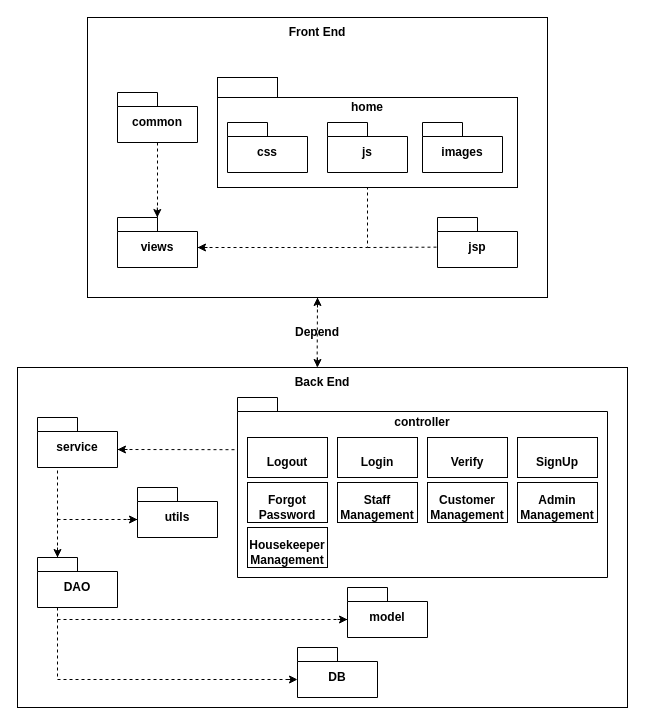
This is Untitled Diagram.drawio from AkaiZed/flowchat, a draw.io file, before an edit. Source tidied: cells renumbered, new cells numbered last; positions are measured from the earlier drawing's top-left corner, leaving out a move shared by most shapes. Both pictures are drawn from the tidied source at 100%, with x=0, y=0 at pixel (17, 17).
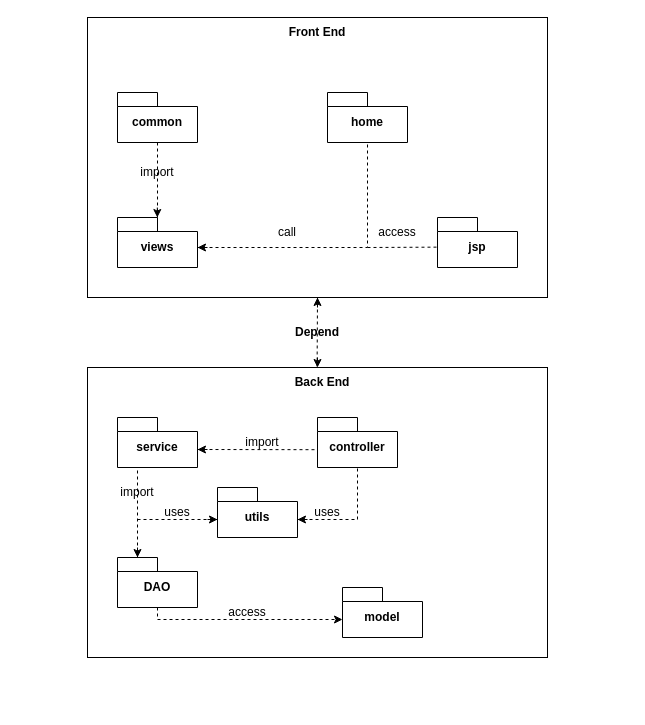
The same page after the edit.

What changed in the source:
```diff
@@
-    <mxCell id="7" style="rounded=0;whiteSpace=wrap;html=1;strokeColor=default;align=center;verticalAlign=middle;spacingTop=10;fontFamily=Helvetica;fontSize=12;fontColor=default;fontStyle=1;fillColor=default;" parent="1" vertex="1">
-      <mxGeometry x="200" y="80" width="300" height="90" as="geometry" />
-    </mxCell>
-    <mxCell id="8" value="images" style="shape=folder;fontStyle=1;spacingTop=10;tabWidth=40;tabHeight=14;tabPosition=left;html=1;whiteSpace=wrap;" parent="1" vertex="1">
-      <mxGeometry x="405" y="105" width="80" height="50" as="geometry" />
-    </mxCell>
-    <mxCell id="9" value="css" style="shape=folder;fontStyle=1;spacingTop=10;tabWidth=40;tabHeight=14;tabPosition=left;html=1;whiteSpace=wrap;" parent="1" vertex="1">
-      <mxGeometry x="210" y="105" width="80" height="50" as="geometry" />
-    </mxCell>
-    <mxCell id="10" value="js" style="shape=folder;fontStyle=1;spacingTop=10;tabWidth=40;tabHeight=14;tabPosition=left;html=1;whiteSpace=wrap;" parent="1" vertex="1">
-      <mxGeometry x="310" y="105" width="80" height="50" as="geometry" />
-    </mxCell>
-    <mxCell id="11" value="home" style="text;html=1;align=center;verticalAlign=middle;whiteSpace=wrap;rounded=0;fontFamily=Helvetica;fontSize=12;fontColor=default;fontStyle=1;" parent="1" vertex="1">
-      <mxGeometry x="320" y="75" width="60" height="30" as="geometry" />
-    </mxCell>
-    <mxCell id="12" style="rounded=0;whiteSpace=wrap;html=1;strokeColor=default;align=center;verticalAlign=middle;spacingTop=10;fontFamily=Helvetica;fontSize=12;fontColor=default;fontStyle=1;fillColor=default;" parent="1" vertex="1">
-      <mxGeometry x="200" y="60" width="60" height="20" as="geometry" />
-    </mxCell>
@@
-    <mxCell id="14" style="endArrow=none;dashed=1;html=1;rounded=0;fontFamily=Helvetica;fontSize=12;fontColor=default;fontStyle=1;entryX=0.5;entryY=1;entryDx=0;entryDy=0;" parent="1" edge="1" target="7">
+    <mxCell id="14" style="endArrow=none;dashed=1;html=1;rounded=0;fontFamily=Helvetica;fontSize=12;fontColor=default;fontStyle=1;entryX=0.5;entryY=1;entryDx=0;entryDy=0;entryPerimeter=0;" parent="1" edge="1" target="11">
       <mxGeometry relative="1" as="geometry">
         <mxPoint x="180" y="230" as="sourcePoint" />
         <Array as="points">
           <mxPoint x="350" y="230" />
         </Array>
       </mxGeometry>
     </mxCell>
@@
     <mxCell id="18" style="rounded=0;whiteSpace=wrap;html=1;strokeColor=default;align=center;verticalAlign=middle;spacingTop=10;fontFamily=Helvetica;fontSize=12;fontColor=default;fontStyle=1;fillColor=default;" parent="1" vertex="1">
-      <mxGeometry y="350" width="610" height="340" as="geometry" />
+      <mxGeometry x="70" y="350" width="460" height="290" as="geometry" />
     </mxCell>
@@
     <mxCell id="24" value="model" style="shape=folder;fontStyle=1;spacingTop=10;tabWidth=40;tabHeight=14;tabPosition=left;html=1;whiteSpace=wrap;" parent="1" vertex="1">
-      <mxGeometry x="330" y="570" width="80" height="50" as="geometry" />
+      <mxGeometry x="325" y="570" width="80" height="50" as="geometry" />
     </mxCell>
-    <mxCell id="25" value="DB" style="shape=folder;fontStyle=1;spacingTop=10;tabWidth=40;tabHeight=14;tabPosition=left;html=1;whiteSpace=wrap;" parent="1" vertex="1">
-      <mxGeometry x="280" y="630" width="80" height="50" as="geometry" />
-    </mxCell>
-    <mxCell id="26" style="shape=folder;fontStyle=1;spacingTop=10;tabWidth=40;tabHeight=14;tabPosition=left;html=1;whiteSpace=wrap;" parent="1" vertex="1">
-      <mxGeometry x="220" y="380" width="370" height="180" as="geometry" />
-    </mxCell>
     <mxCell id="27" value="DAO" style="shape=folder;fontStyle=1;spacingTop=10;tabWidth=40;tabHeight=14;tabPosition=left;html=1;whiteSpace=wrap;" parent="1" vertex="1">
-      <mxGeometry x="20" y="540" width="80" height="50" as="geometry" />
+      <mxGeometry x="100" y="540" width="80" height="50" as="geometry" />
     </mxCell>
-    <mxCell id="28" value="Login" style="rounded=0;whiteSpace=wrap;html=1;strokeColor=default;align=center;verticalAlign=middle;spacingTop=10;fontFamily=Helvetica;fontSize=12;fontColor=default;fontStyle=1;fillColor=default;" parent="1" vertex="1">
-      <mxGeometry x="320" y="420" width="80" height="40" as="geometry" />
-    </mxCell>
-    <mxCell id="29" value="Logout" style="rounded=0;whiteSpace=wrap;html=1;strokeColor=default;align=center;verticalAlign=middle;spacingTop=10;fontFamily=Helvetica;fontSize=12;fontColor=default;fontStyle=1;fillColor=default;" parent="1" vertex="1">
-      <mxGeometry x="230" y="420" width="80" height="40" as="geometry" />
-    </mxCell>
-    <mxCell id="30" value="SignUp" style="rounded=0;whiteSpace=wrap;html=1;strokeColor=default;align=center;verticalAlign=middle;spacingTop=10;fontFamily=Helvetica;fontSize=12;fontColor=default;fontStyle=1;fillColor=default;" parent="1" vertex="1">
-      <mxGeometry x="500" y="420" width="80" height="40" as="geometry" />
-    </mxCell>
-    <mxCell id="31" value="Forgot Password" style="rounded=0;whiteSpace=wrap;html=1;strokeColor=default;align=center;verticalAlign=middle;spacingTop=10;fontFamily=Helvetica;fontSize=12;fontColor=default;fontStyle=1;fillColor=default;" parent="1" vertex="1">
-      <mxGeometry x="230" y="465" width="80" height="40" as="geometry" />
-    </mxCell>
-    <mxCell id="32" value="Verify" style="rounded=0;whiteSpace=wrap;html=1;strokeColor=default;align=center;verticalAlign=middle;spacingTop=10;fontFamily=Helvetica;fontSize=12;fontColor=default;fontStyle=1;fillColor=default;" parent="1" vertex="1">
-      <mxGeometry x="410" y="420" width="80" height="40" as="geometry" />
-    </mxCell>
-    <mxCell id="33" value="controller" style="text;html=1;align=center;verticalAlign=middle;whiteSpace=wrap;rounded=0;fontFamily=Helvetica;fontSize=12;fontColor=default;fontStyle=1;" parent="1" vertex="1">
-      <mxGeometry x="375" y="390" width="60" height="30" as="geometry" />
-    </mxCell>
-    <mxCell id="34" value="Staff Management" style="rounded=0;whiteSpace=wrap;html=1;strokeColor=default;align=center;verticalAlign=middle;spacingTop=10;fontFamily=Helvetica;fontSize=12;fontColor=default;fontStyle=1;fillColor=default;" parent="1" vertex="1">
-      <mxGeometry x="320" y="465" width="80" height="40" as="geometry" />
-    </mxCell>
-    <mxCell id="35" value="Customer&lt;div&gt;Management&lt;/div&gt;" style="rounded=0;whiteSpace=wrap;html=1;strokeColor=default;align=center;verticalAlign=middle;spacingTop=10;fontFamily=Helvetica;fontSize=12;fontColor=default;fontStyle=1;fillColor=default;" parent="1" vertex="1">
-      <mxGeometry x="410" y="465" width="80" height="40" as="geometry" />
-    </mxCell>
-    <mxCell id="36" value="Admin&lt;br&gt;&lt;div&gt;&lt;span style=&quot;background-color: transparent; color: light-dark(rgb(0, 0, 0), rgb(255, 255, 255));&quot;&gt;Management&lt;/span&gt;&lt;/div&gt;" style="rounded=0;whiteSpace=wrap;html=1;strokeColor=default;align=center;verticalAlign=middle;spacingTop=10;fontFamily=Helvetica;fontSize=12;fontColor=default;fontStyle=1;fillColor=default;" parent="1" vertex="1">
-      <mxGeometry x="500" y="465" width="80" height="40" as="geometry" />
-    </mxCell>
-    <mxCell id="37" value="Housekeeper&lt;br&gt;&lt;div&gt;&lt;span style=&quot;background-color: transparent; color: light-dark(rgb(0, 0, 0), rgb(255, 255, 255));&quot;&gt;Management&lt;/span&gt;&lt;/div&gt;" style="rounded=0;whiteSpace=wrap;html=1;strokeColor=default;align=center;verticalAlign=middle;spacingTop=10;fontFamily=Helvetica;fontSize=12;fontColor=default;fontStyle=1;fillColor=default;" parent="1" vertex="1">
-      <mxGeometry x="230" y="510" width="80" height="40" as="geometry" />
-    </mxCell>
     <mxCell id="38" style="endArrow=none;dashed=1;html=1;rounded=0;fontFamily=Helvetica;fontSize=12;fontColor=default;fontStyle=1;entryX=0.001;entryY=0.29;entryDx=0;entryDy=0;entryPerimeter=0;exitX=0;exitY=0;exitDx=80;exitDy=32;exitPerimeter=0;" parent="1" edge="1">
       <mxGeometry relative="1" as="geometry">
-        <mxPoint x="100" y="432" as="sourcePoint" />
-        <mxPoint x="220.4" y="432.2" as="targetPoint" />
+        <mxPoint x="180" y="432" as="sourcePoint" />
+        <mxPoint x="300.4" y="432.2" as="targetPoint" />
       </mxGeometry>
     </mxCell>
     <mxCell id="39" style="endArrow=classic;html=1;rounded=0;fontFamily=Helvetica;fontSize=12;fontColor=default;fontStyle=1;entryX=0;entryY=0;entryDx=20;entryDy=0;entryPerimeter=0;" parent="1" edge="1" target="27">
       <mxGeometry relative="1" as="geometry">
-        <mxPoint x="40" y="530" as="sourcePoint" />
+        <mxPoint x="120" y="530" as="sourcePoint" />
       </mxGeometry>
     </mxCell>
-    <mxCell id="40" style="endArrow=none;dashed=1;html=1;rounded=0;fontFamily=Helvetica;fontSize=12;fontColor=default;fontStyle=1;entryX=0;entryY=0;entryDx=0;entryDy=32;entryPerimeter=0;exitX=0.25;exitY=1;exitDx=0;exitDy=0;exitPerimeter=0;" parent="1" edge="1" source="27" target="25">
-      <mxGeometry relative="1" as="geometry">
-        <Array as="points">
-          <mxPoint x="40" y="662" />
-        </Array>
-      </mxGeometry>
-    </mxCell>
-    <mxCell id="41" style="endArrow=none;dashed=1;html=1;rounded=0;fontFamily=Helvetica;fontSize=12;fontColor=default;fontStyle=1;entryX=0;entryY=0;entryDx=0;entryDy=32;entryPerimeter=0;" parent="1" edge="1" target="24">
+    <mxCell id="41" style="endArrow=none;dashed=1;html=1;rounded=0;fontFamily=Helvetica;fontSize=12;fontColor=default;fontStyle=1;exitX=0.5;exitY=1;exitDx=0;exitDy=0;exitPerimeter=0;" parent="1" edge="1" source="27">
       <mxGeometry relative="1" as="geometry">
-        <mxPoint x="40" y="602" as="sourcePoint" />
+        <mxPoint x="320" y="602" as="targetPoint" />
+        <Array as="points">
+          <mxPoint x="140" y="602" />
+        </Array>
       </mxGeometry>
     </mxCell>
@@
-    <mxCell id="43" style="endArrow=classic;html=1;rounded=0;fontFamily=Helvetica;fontSize=12;fontColor=default;fontStyle=1;entryX=0;entryY=0;entryDx=0;entryDy=32;entryPerimeter=0;" parent="1" edge="1" target="25">
-      <mxGeometry relative="1" as="geometry">
-        <mxPoint x="270" y="662" as="sourcePoint" />
-      </mxGeometry>
-    </mxCell>
     <mxCell id="44" value="service" style="shape=folder;fontStyle=1;spacingTop=10;tabWidth=40;tabHeight=14;tabPosition=left;html=1;whiteSpace=wrap;" parent="1" vertex="1">
-      <mxGeometry x="20" y="400" width="80" height="50" as="geometry" />
+      <mxGeometry x="100" y="400" width="80" height="50" as="geometry" />
     </mxCell>
     <mxCell id="45" style="endArrow=classic;html=1;rounded=0;fontFamily=Helvetica;fontSize=12;fontColor=default;fontStyle=1;entryX=0;entryY=0;entryDx=80;entryDy=32;entryPerimeter=0;" parent="1" edge="1" target="44">
       <mxGeometry relative="1" as="geometry">
-        <mxPoint x="110" y="432" as="sourcePoint" />
+        <mxPoint x="190" y="432" as="sourcePoint" />
       </mxGeometry>
     </mxCell>
     <mxCell id="46" style="endArrow=none;dashed=1;html=1;rounded=0;exitX=0;exitY=0;exitDx=20;exitDy=0;exitPerimeter=0;entryX=0.25;entryY=1;entryDx=0;entryDy=0;entryPerimeter=0;" parent="1" edge="1" source="27" target="44">
       <mxGeometry relative="1" as="geometry">
         <Array as="points">
-          <mxPoint x="40" y="530" />
+          <mxPoint x="120" y="530" />
         </Array>
       </mxGeometry>
     </mxCell>
     <mxCell id="47" value="utils" style="shape=folder;fontStyle=1;spacingTop=10;tabWidth=40;tabHeight=14;tabPosition=left;html=1;whiteSpace=wrap;" parent="1" vertex="1">
-      <mxGeometry x="120" y="470" width="80" height="50" as="geometry" />
+      <mxGeometry x="200" y="470" width="80" height="50" as="geometry" />
     </mxCell>
     <mxCell id="48" style="endArrow=none;dashed=1;html=1;rounded=0;entryX=0;entryY=0;entryDx=0;entryDy=32;entryPerimeter=0;" parent="1" edge="1" target="47">
       <mxGeometry relative="1" as="geometry">
-        <mxPoint x="40" y="502" as="sourcePoint" />
+        <mxPoint x="120" y="502" as="sourcePoint" />
       </mxGeometry>
     </mxCell>
     <mxCell id="49" style="endArrow=classic;html=1;rounded=0;entryX=0;entryY=0;entryDx=0;entryDy=32;entryPerimeter=0;" parent="1" edge="1" target="47">
       <mxGeometry relative="1" as="geometry">
-        <mxPoint x="110" y="502" as="sourcePoint" />
+        <mxPoint x="190" y="502" as="sourcePoint" />
       </mxGeometry>
     </mxCell>
+    <mxCell id="11" value="home" style="shape=folder;fontStyle=1;spacingTop=10;tabWidth=40;tabHeight=14;tabPosition=left;html=1;whiteSpace=wrap;" parent="1" vertex="1">
+      <mxGeometry x="310" y="75" width="80" height="50" as="geometry" />
+    </mxCell>
+    <mxCell id="33" value="controller" style="shape=folder;fontStyle=1;spacingTop=10;tabWidth=40;tabHeight=14;tabPosition=left;html=1;whiteSpace=wrap;" parent="1" vertex="1">
+      <mxGeometry x="300" y="400" width="80" height="50" as="geometry" />
+    </mxCell>
+    <mxCell id="50" value="import" style="text;html=1;align=center;verticalAlign=middle;whiteSpace=wrap;rounded=0;" parent="1" vertex="1">
+      <mxGeometry x="215" y="410" width="60" height="30" as="geometry" />
+    </mxCell>
+    <mxCell id="51" value="access" style="text;html=1;align=center;verticalAlign=middle;whiteSpace=wrap;rounded=0;" parent="1" vertex="1">
+      <mxGeometry x="200" y="580" width="60" height="30" as="geometry" />
+    </mxCell>
+    <mxCell id="52" value="uses" style="text;html=1;align=center;verticalAlign=middle;whiteSpace=wrap;rounded=0;" parent="1" vertex="1">
+      <mxGeometry x="130" y="480" width="60" height="30" as="geometry" />
+    </mxCell>
+    <mxCell id="53" value="import" style="text;html=1;align=center;verticalAlign=middle;whiteSpace=wrap;rounded=0;" parent="1" vertex="1">
+      <mxGeometry x="90" y="460" width="60" height="30" as="geometry" />
+    </mxCell>
+    <mxCell id="54" style="endArrow=none;dashed=1;html=1;rounded=0;entryX=0.5;entryY=1;entryDx=0;entryDy=0;entryPerimeter=0;exitX=0;exitY=0;exitDx=80;exitDy=32;exitPerimeter=0;" parent="1" edge="1" source="47" target="33">
+      <mxGeometry relative="1" as="geometry">
+        <Array as="points">
+          <mxPoint x="340" y="502" />
+        </Array>
+      </mxGeometry>
+    </mxCell>
+    <mxCell id="55" style="endArrow=classic;html=1;rounded=0;entryX=0;entryY=0;entryDx=80;entryDy=32;entryPerimeter=0;" parent="1" edge="1" target="47">
+      <mxGeometry relative="1" as="geometry">
+        <mxPoint x="290" y="502" as="sourcePoint" />
+      </mxGeometry>
+    </mxCell>
+    <mxCell id="56" value="uses" style="text;html=1;align=center;verticalAlign=middle;whiteSpace=wrap;rounded=0;" parent="1" vertex="1">
+      <mxGeometry x="280" y="480" width="60" height="30" as="geometry" />
+    </mxCell>
+    <mxCell id="57" value="import" style="text;html=1;align=center;verticalAlign=middle;whiteSpace=wrap;rounded=0;" parent="1" vertex="1">
+      <mxGeometry x="110" y="140" width="60" height="30" as="geometry" />
+    </mxCell>
+    <mxCell id="58" value="access" style="text;html=1;align=center;verticalAlign=middle;whiteSpace=wrap;rounded=0;" parent="1" vertex="1">
+      <mxGeometry x="350" y="200" width="60" height="30" as="geometry" />
+    </mxCell>
+    <mxCell id="59" value="call" style="text;html=1;align=center;verticalAlign=middle;whiteSpace=wrap;rounded=0;" parent="1" vertex="1">
+      <mxGeometry x="240" y="200" width="60" height="30" as="geometry" />
+    </mxCell>
```
